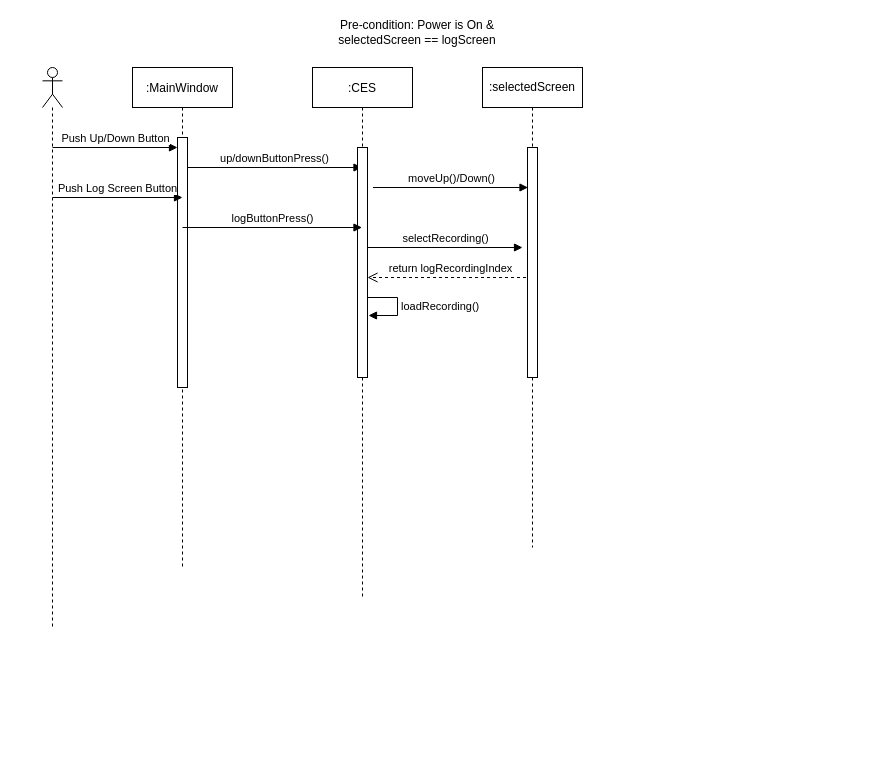
Earlier version of the draw.io diagram page "Page-3" (3 of 3) of Documentation/scenario.drawio (willwright1213/CESSimulator). Source tidied: cells renumbered, new cells numbered last; positions are measured from the earlier drawing's top-left corner, leaving out a move shared by most shapes. Both pictures are drawn from the tidied source at 100%, with x=0, y=0 at pixel (42, 17).
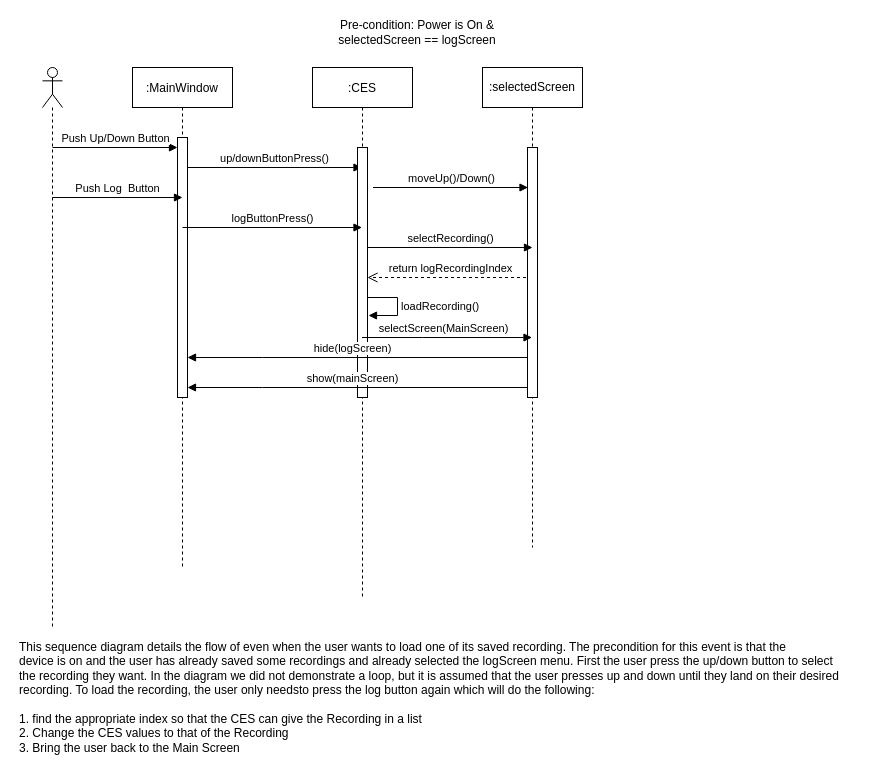
The same diagram, later.

Unchanged cells that the change refers to:
```xml
<mxCell id="2" value=":selectedScreen" style="shape=umlLifeline;perimeter=lifelinePerimeter;whiteSpace=wrap;html=1;outlineConnect=0;" parent="1" vertex="1">
  <mxGeometry x="440" y="50" width="100" height="480" as="geometry" />
</mxCell>
<mxCell id="4" value=":MainWindow" style="shape=umlLifeline;perimeter=lifelinePerimeter;rounded=0;shadow=0;strokeWidth=1;" parent="1" vertex="1">
  <mxGeometry x="90" y="50" width="100" height="500" as="geometry" />
</mxCell>
<mxCell id="8" value=":CES" style="shape=umlLifeline;perimeter=lifelinePerimeter;rounded=0;shadow=0;strokeWidth=1;" parent="1" vertex="1">
  <mxGeometry x="270" y="50" width="100" height="530" as="geometry" />
</mxCell>
```

The edit, as a diff of the source:
```diff
@@
-    <mxCell id="3" value="selectRecording()" style="html=1;verticalAlign=bottom;endArrow=block;rounded=0;exitX=-0.2;exitY=0.75;exitDx=0;exitDy=0;exitPerimeter=0;" parent="2" edge="1">
-      <mxGeometry relative="1" as="geometry">
-        <mxPoint x="-115" y="180" as="sourcePoint" />
-        <mxPoint x="40" y="180" as="targetPoint" />
-      </mxGeometry>
-    </mxCell>
@@
     <mxCell id="5" style="points=[];perimeter=orthogonalPerimeter;rounded=0;shadow=0;strokeWidth=1;" parent="4" vertex="1">
-      <mxGeometry x="45" y="70" width="10" height="250" as="geometry" />
+      <mxGeometry x="45" y="70" width="10" height="260" as="geometry" />
     </mxCell>
@@
-    <mxCell id="7" value="Push Log Screen Button" style="html=1;verticalAlign=bottom;endArrow=block;rounded=0;exitX=-0.2;exitY=0.75;exitDx=0;exitDy=0;exitPerimeter=0;" parent="4" edge="1">
+    <mxCell id="7" value="Push Log&amp;nbsp; Button" style="html=1;verticalAlign=bottom;endArrow=block;rounded=0;exitX=-0.2;exitY=0.75;exitDx=0;exitDy=0;exitPerimeter=0;" parent="4" edge="1">
       <mxGeometry relative="1" as="geometry">
         <mxPoint x="-80" y="130" as="sourcePoint" />
         <mxPoint x="50" y="130" as="targetPoint" />
       </mxGeometry>
     </mxCell>
@@
     <mxCell id="9" style="perimeter=orthogonalPerimeter;rounded=0;shadow=0;strokeWidth=1;" parent="8" vertex="1">
-      <mxGeometry x="45" y="80" width="10" height="230" as="geometry" />
+      <mxGeometry x="45" y="80" width="10" height="250" as="geometry" />
     </mxCell>
@@
     <mxCell id="12" style="html=1;perimeter=orthogonalPerimeter;" parent="1" vertex="1">
-      <mxGeometry x="485" y="130" width="10" height="230" as="geometry" />
+      <mxGeometry x="485" y="130" width="10" height="250" as="geometry" />
     </mxCell>
@@
+    <mxCell id="18" value="selectScreen(MainScreen)" style="html=1;verticalAlign=bottom;endArrow=block;rounded=0;edgeStyle=orthogonalEdgeStyle;" parent="1" edge="1" source="8" target="2">
+      <mxGeometry x="-0.05" relative="1" as="geometry">
+        <Array as="points">
+          <mxPoint x="380" y="320" />
+          <mxPoint x="380" y="320" />
+        </Array>
+      </mxGeometry>
+    </mxCell>
+    <mxCell id="19" value="hide(logScreen)" style="html=1;verticalAlign=bottom;endArrow=block;rounded=0;edgeStyle=orthogonalEdgeStyle;" parent="1" edge="1" target="5">
+      <mxGeometry x="0.03" relative="1" as="geometry">
+        <mxPoint x="485" y="340" as="sourcePoint" />
+        <Array as="points">
+          <mxPoint x="220" y="340" />
+          <mxPoint x="220" y="340" />
+        </Array>
+      </mxGeometry>
+    </mxCell>
+    <mxCell id="3" value="selectRecording()" style="html=1;verticalAlign=bottom;endArrow=block;rounded=0;exitX=-0.2;exitY=0.75;exitDx=0;exitDy=0;exitPerimeter=0;edgeStyle=orthogonalEdgeStyle;" parent="1" edge="1">
+      <mxGeometry relative="1" as="geometry">
+        <mxPoint x="325" y="230" as="sourcePoint" />
+        <mxPoint x="490" y="230" as="targetPoint" />
+      </mxGeometry>
+    </mxCell>
+    <mxCell id="20" value="show(mainScreen)" style="html=1;verticalAlign=bottom;endArrow=block;rounded=0;edgeStyle=orthogonalEdgeStyle;" parent="1" edge="1">
+      <mxGeometry x="0.03" relative="1" as="geometry">
+        <mxPoint x="485" y="370" as="sourcePoint" />
+        <mxPoint x="145" y="370" as="targetPoint" />
+        <Array as="points">
+          <mxPoint x="220" y="370" />
+          <mxPoint x="220" y="370" />
+        </Array>
+      </mxGeometry>
+    </mxCell>
+    <mxCell id="21" value="This sequence diagram details the flow of even when the user wants to load one of its saved recording. The precondition for this event is that the&amp;nbsp;&lt;br&gt;device is on and the user has already saved some recordings and already selected the logScreen menu. First the user press the up/down button to select&lt;br&gt;the recording they want. In the diagram we did not demonstrate a loop, but it is assumed that the user presses up and down until they land on their desired&amp;nbsp;&lt;br&gt;recording. To load the recording, the user only needsto press the log button again which will do the following:&lt;br&gt;&lt;br&gt;1. find the appropriate index so that the CES can give the Recording in a list&lt;br&gt;2. Change the CES values to that of the Recording&lt;br&gt;3. Bring the user back to the Main Screen" style="text;html=1;align=left;verticalAlign=middle;" parent="1" vertex="1">
+      <mxGeometry x="-25" y="620" width="840" height="120" as="geometry" />
+    </mxCell>
```
